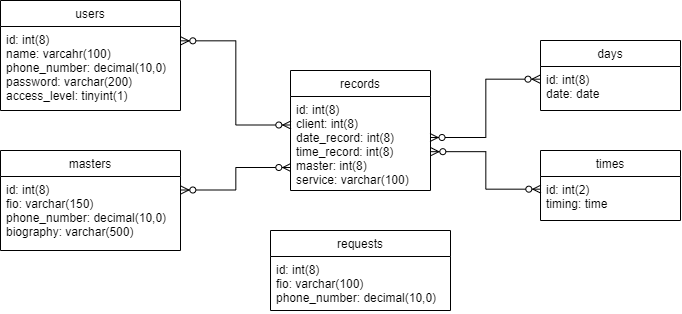
The draw.io diagram Диаграммы/db.png in AntonRakov/vkr, before a commit. Source tidied: cells renumbered, new cells last; positions are measured from the earlier drawing's top-left corner, leaving out a move shared by most shapes. Its diagram source:
```xml
<mxGraphModel>
  <root>
    <mxCell id="0" />
    <mxCell id="1" parent="0" />
    <mxCell id="2" value="records" style="swimlane;fontStyle=0;horizontal=1;startSize=26;fillColor=none;" parent="1" vertex="1">
      <mxGeometry x="290" y="70" width="140" height="120" as="geometry" />
    </mxCell>
    <mxCell id="3" value="id: int(8)&#10;client: int(8)&#10;date_record: int(8)&#10;time_record: int(8)&#10;master: int(8)&#10;service: varchar(100)" style="text;strokeColor=none;fillColor=none;align=left;verticalAlign=top;spacingLeft=4;spacingRight=4;overflow=hidden;points=[[0,0.5],[1,0.5]];portConstraint=eastwest;" parent="2" vertex="1">
      <mxGeometry y="26" width="140" height="94" as="geometry" />
    </mxCell>
    <mxCell id="4" value="times" style="swimlane;fontStyle=0;horizontal=1;startSize=26;fillColor=none;" parent="1" vertex="1">
      <mxGeometry x="540" y="150" width="140" height="70" as="geometry" />
    </mxCell>
    <mxCell id="5" value="id: int(2)&#10;timing: time" style="text;strokeColor=none;fillColor=none;align=left;verticalAlign=top;spacingLeft=4;spacingRight=4;overflow=hidden;points=[[0,0.5],[1,0.5]];portConstraint=eastwest;" parent="4" vertex="1">
      <mxGeometry y="26" width="140" height="44" as="geometry" />
    </mxCell>
    <mxCell id="6" value="days" style="swimlane;fontStyle=0;horizontal=1;startSize=26;fillColor=none;" parent="1" vertex="1">
      <mxGeometry x="540" y="40" width="140" height="70" as="geometry" />
    </mxCell>
    <mxCell id="7" value="id: int(8)&#10;date: date" style="text;strokeColor=none;fillColor=none;align=left;verticalAlign=top;spacingLeft=4;spacingRight=4;overflow=hidden;points=[[0,0.5],[1,0.5]];portConstraint=eastwest;" parent="6" vertex="1">
      <mxGeometry y="26" width="140" height="44" as="geometry" />
    </mxCell>
    <mxCell id="8" value="users" style="swimlane;fontStyle=0;horizontal=1;startSize=26;fillColor=none;" parent="1" vertex="1">
      <mxGeometry width="180" height="110" as="geometry" />
    </mxCell>
    <mxCell id="9" value="id: int(8)&#10;name: varcahr(100)&#10;phone_number: decimal(10,0)&#10;password: varchar(200)&#10;access_level: tinyint(1)" style="text;strokeColor=none;fillColor=none;align=left;verticalAlign=top;spacingLeft=4;spacingRight=4;overflow=hidden;points=[[0,0.5],[1,0.5]];portConstraint=eastwest;" parent="8" vertex="1">
      <mxGeometry y="26" width="180" height="84" as="geometry" />
    </mxCell>
    <mxCell id="10" value="masters" style="swimlane;fontStyle=0;horizontal=1;startSize=26;fillColor=none;" parent="1" vertex="1">
      <mxGeometry y="150" width="180" height="100" as="geometry" />
    </mxCell>
    <mxCell id="11" value="id: int(8)&#10;fio: varchar(150)&#10;phone_number: decimal(10,0)&#10;biography: varchar(500)" style="text;strokeColor=none;fillColor=none;align=left;verticalAlign=top;spacingLeft=4;spacingRight=4;overflow=hidden;points=[[0,0.5],[1,0.5]];portConstraint=eastwest;" parent="10" vertex="1">
      <mxGeometry y="26" width="180" height="74" as="geometry" />
    </mxCell>
    <mxCell id="12" value="requests" style="swimlane;fontStyle=0;horizontal=1;startSize=26;fillColor=none;" parent="1" vertex="1">
      <mxGeometry x="270" y="230" width="180" height="80" as="geometry" />
    </mxCell>
    <mxCell id="13" value="id: int(8)&#10;fio: varchar(100)&#10;phone_number: decimal(10,0)" style="text;strokeColor=none;fillColor=none;align=left;verticalAlign=top;spacingLeft=4;spacingRight=4;overflow=hidden;" parent="12" vertex="1">
      <mxGeometry y="26" width="180" height="54" as="geometry" />
    </mxCell>
    <mxCell id="14" style="edgeStyle=orthogonalEdgeStyle;rounded=0;jettySize=auto;html=1;entryX=1.001;entryY=0.168;entryDx=0;entryDy=0;entryPerimeter=0;exitX=0.005;exitY=0.304;exitDx=0;exitDy=0;exitPerimeter=0;endArrow=ERzeroToMany;endFill=1;startArrow=ERzeroToMany;startFill=1;" parent="1" edge="1" source="3" target="9">
      <mxGeometry relative="1" as="geometry" />
    </mxCell>
    <mxCell id="15" style="edgeStyle=orthogonalEdgeStyle;rounded=0;jettySize=auto;html=1;startArrow=ERzeroToMany;startFill=1;endArrow=ERzeroToMany;endFill=1;entryX=1;entryY=0.183;entryDx=0;entryDy=0;entryPerimeter=0;exitX=0.001;exitY=0.754;exitDx=0;exitDy=0;exitPerimeter=0;" parent="1" edge="1" source="3" target="11">
      <mxGeometry relative="1" as="geometry" />
    </mxCell>
    <mxCell id="16" style="edgeStyle=orthogonalEdgeStyle;rounded=0;jettySize=auto;html=1;entryX=-0.002;entryY=0.29;entryDx=0;entryDy=0;entryPerimeter=0;startArrow=ERzeroToMany;startFill=1;endArrow=ERzeroToMany;endFill=1;exitX=0.999;exitY=0.437;exitDx=0;exitDy=0;exitPerimeter=0;" parent="1" edge="1" source="3" target="7">
      <mxGeometry relative="1" as="geometry" />
    </mxCell>
    <mxCell id="17" style="edgeStyle=orthogonalEdgeStyle;rounded=0;jettySize=auto;html=1;entryX=0;entryY=0.297;entryDx=0;entryDy=0;entryPerimeter=0;startArrow=ERzeroToMany;startFill=1;endArrow=ERzeroToMany;endFill=1;exitX=1;exitY=0.589;exitDx=0;exitDy=0;exitPerimeter=0;" parent="1" edge="1" source="3" target="5">
      <mxGeometry relative="1" as="geometry" />
    </mxCell>
  </root>
</mxGraphModel>
```
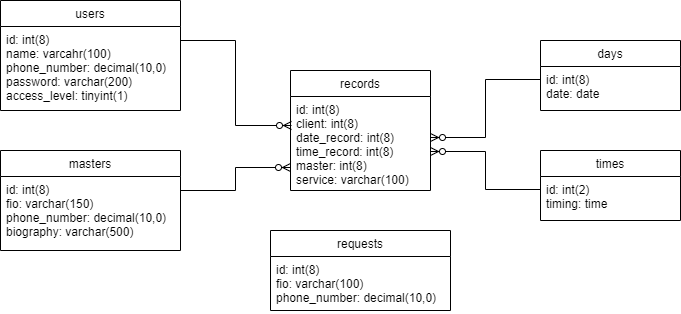
Above is the later version.

Change to the diagram source:
```diff
@@ -38,16 +38,16 @@
     <mxCell id="13" value="id: int(8)&#10;fio: varchar(100)&#10;phone_number: decimal(10,0)" style="text;strokeColor=none;fillColor=none;align=left;verticalAlign=top;spacingLeft=4;spacingRight=4;overflow=hidden;" parent="12" vertex="1">
       <mxGeometry y="26" width="180" height="54" as="geometry" />
     </mxCell>
-    <mxCell id="14" style="edgeStyle=orthogonalEdgeStyle;rounded=0;jettySize=auto;html=1;entryX=1.001;entryY=0.168;entryDx=0;entryDy=0;entryPerimeter=0;exitX=0.005;exitY=0.304;exitDx=0;exitDy=0;exitPerimeter=0;endArrow=ERzeroToMany;endFill=1;startArrow=ERzeroToMany;startFill=1;" parent="1" edge="1" source="3" target="9">
+    <mxCell id="14" style="edgeStyle=orthogonalEdgeStyle;rounded=0;jettySize=auto;html=1;entryX=1.001;entryY=0.168;entryDx=0;entryDy=0;entryPerimeter=0;exitX=0.005;exitY=0.304;exitDx=0;exitDy=0;exitPerimeter=0;endArrow=none;endFill=0;startArrow=ERzeroToMany;startFill=1;" parent="1" edge="1" source="3" target="9">
       <mxGeometry relative="1" as="geometry" />
     </mxCell>
-    <mxCell id="15" style="edgeStyle=orthogonalEdgeStyle;rounded=0;jettySize=auto;html=1;startArrow=ERzeroToMany;startFill=1;endArrow=ERzeroToMany;endFill=1;entryX=1;entryY=0.183;entryDx=0;entryDy=0;entryPerimeter=0;exitX=0.001;exitY=0.754;exitDx=0;exitDy=0;exitPerimeter=0;" parent="1" edge="1" source="3" target="11">
+    <mxCell id="15" style="edgeStyle=orthogonalEdgeStyle;rounded=0;jettySize=auto;html=1;startArrow=ERzeroToMany;startFill=1;endArrow=none;endFill=0;entryX=1;entryY=0.183;entryDx=0;entryDy=0;entryPerimeter=0;exitX=0.001;exitY=0.754;exitDx=0;exitDy=0;exitPerimeter=0;" parent="1" edge="1" source="3" target="11">
       <mxGeometry relative="1" as="geometry" />
     </mxCell>
-    <mxCell id="16" style="edgeStyle=orthogonalEdgeStyle;rounded=0;jettySize=auto;html=1;entryX=-0.002;entryY=0.29;entryDx=0;entryDy=0;entryPerimeter=0;startArrow=ERzeroToMany;startFill=1;endArrow=ERzeroToMany;endFill=1;exitX=0.999;exitY=0.437;exitDx=0;exitDy=0;exitPerimeter=0;" parent="1" edge="1" source="3" target="7">
+    <mxCell id="16" style="edgeStyle=orthogonalEdgeStyle;rounded=0;jettySize=auto;html=1;entryX=-0.002;entryY=0.29;entryDx=0;entryDy=0;entryPerimeter=0;startArrow=ERzeroToMany;startFill=1;endArrow=none;endFill=0;exitX=0.999;exitY=0.437;exitDx=0;exitDy=0;exitPerimeter=0;" parent="1" edge="1" source="3" target="7">
       <mxGeometry relative="1" as="geometry" />
     </mxCell>
-    <mxCell id="17" style="edgeStyle=orthogonalEdgeStyle;rounded=0;jettySize=auto;html=1;entryX=0;entryY=0.297;entryDx=0;entryDy=0;entryPerimeter=0;startArrow=ERzeroToMany;startFill=1;endArrow=ERzeroToMany;endFill=1;exitX=1;exitY=0.589;exitDx=0;exitDy=0;exitPerimeter=0;" parent="1" edge="1" source="3" target="5">
+    <mxCell id="17" style="edgeStyle=orthogonalEdgeStyle;rounded=0;jettySize=auto;html=1;entryX=0;entryY=0.297;entryDx=0;entryDy=0;entryPerimeter=0;startArrow=ERzeroToMany;startFill=1;endArrow=none;endFill=0;exitX=1;exitY=0.589;exitDx=0;exitDy=0;exitPerimeter=0;" parent="1" edge="1" source="3" target="5">
       <mxGeometry relative="1" as="geometry" />
     </mxCell>
   </root>
```
